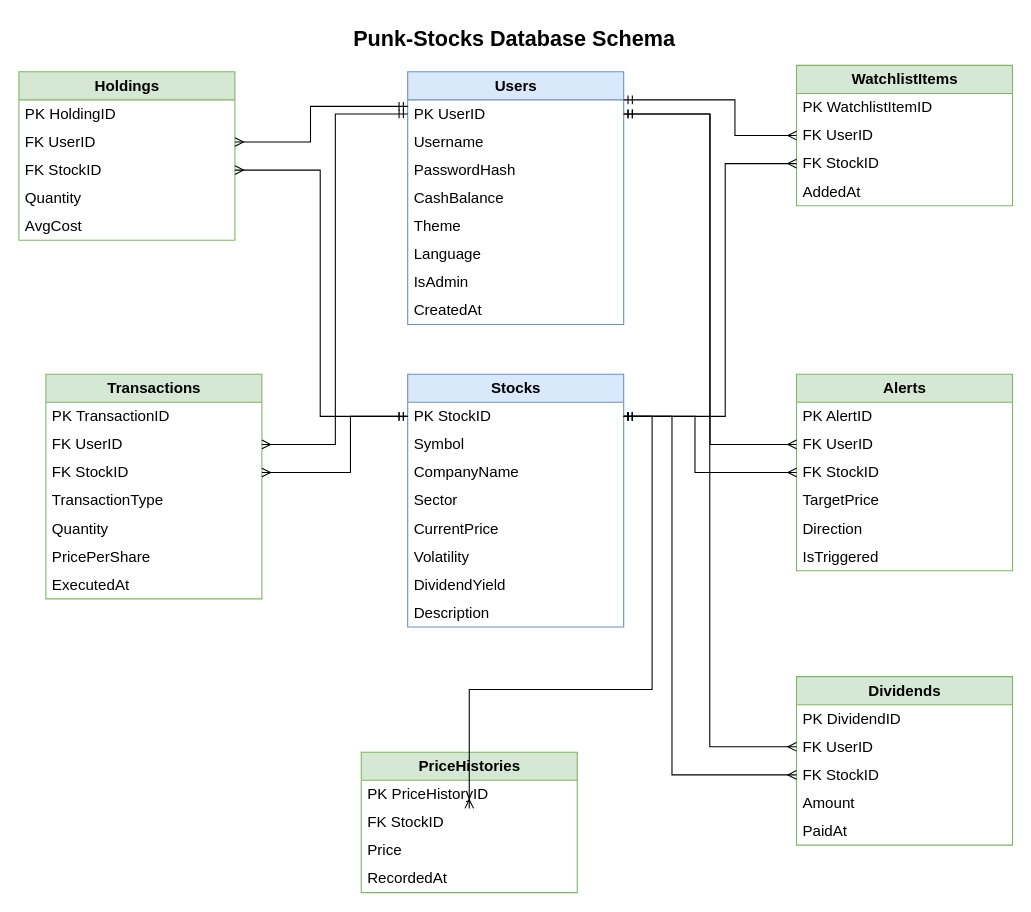
The draw.io diagram Docs/punk_stocks_db_diagram.drawio in 23Parzival/Punk-Stocks, before the edit. Source tidied: cells renumbered, new cells numbered last; positions are measured from the earlier drawing's top-left corner, leaving out a move shared by most shapes. Both pictures are drawn from the tidied source at 108%, with x=0, y=0 at pixel (18, 18).
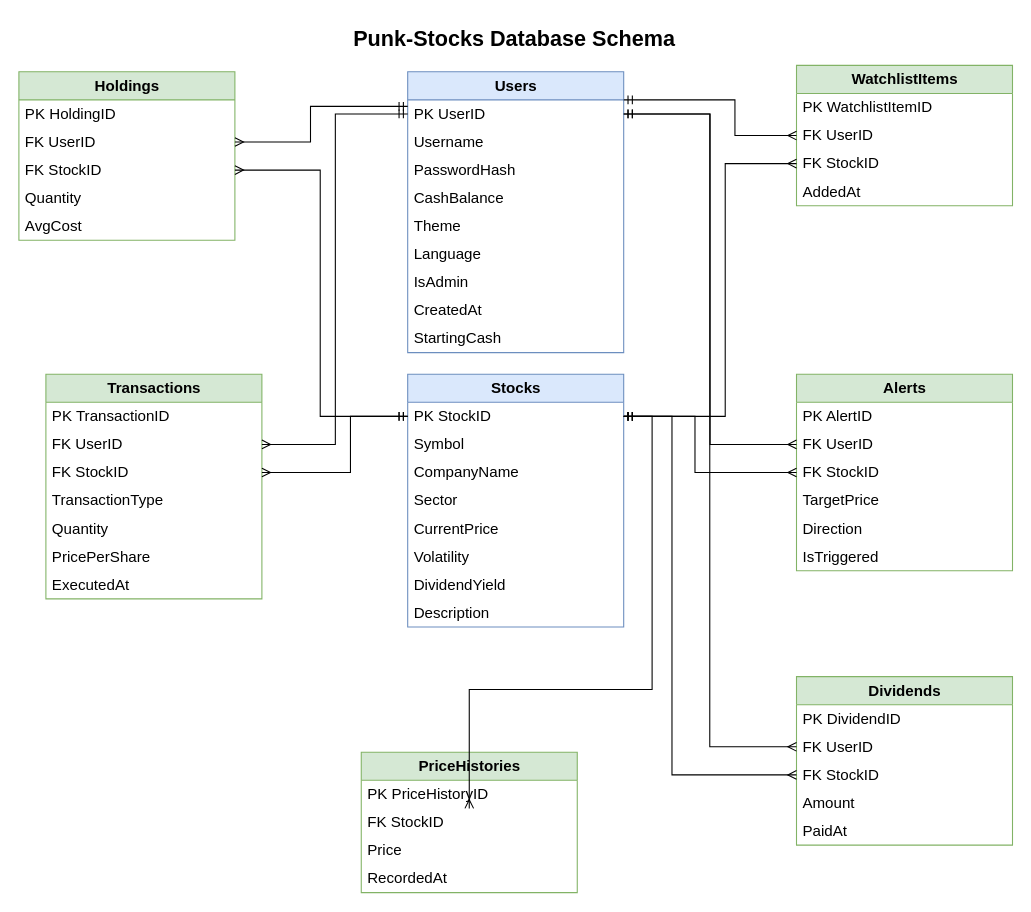
Above is the later version.

What changed in the source:
```diff
@@
     <mxCell id="3" value="Users" style="swimlane;fontStyle=1;horizontal=1;startSize=26;html=1;fontSize=14;fillColor=#dae8fc;strokeColor=#6c8ebf;" parent="1" vertex="1">
-      <mxGeometry x="360" y="49" width="200" height="234" as="geometry" />
+      <mxGeometry x="360" y="49" width="200" height="260" as="geometry" />
     </mxCell>
@@
+    <mxCell id="69" value="StartingCash" style="text;strokeColor=none;fillColor=none;align=left;verticalAlign=middle;spacingLeft=4;html=1;fontSize=14;" parent="3" vertex="1">
+      <mxGeometry y="234" width="200" height="26" as="geometry" />
+    </mxCell>
```
